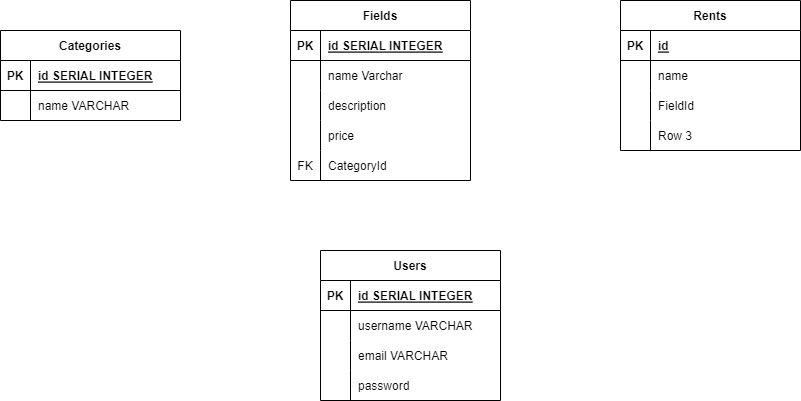
H8-FSJS-P2S5/IP-HCK69 keeps this draw.io diagram as server/erd.drawio.png. Above is the earlier version. Source tidied: cells renumbered, new cells last; positions are measured from the earlier drawing's top-left corner, leaving out a move shared by most shapes.
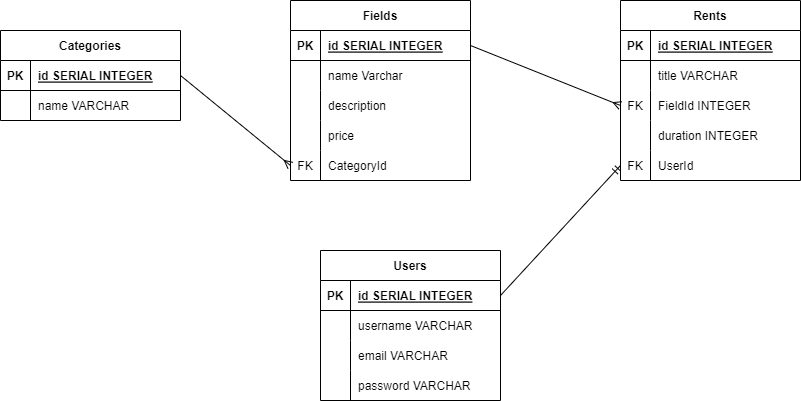
Later version of the same file.

Change to the diagram source:
```diff
@@ -72,7 +72,7 @@
       <mxGeometry x="30" width="150" height="30" as="geometry" />
     </mxCell>
     <mxCell id="25" value="Rents" style="shape=table;startSize=30;rowLines=0;fontStyle=1;align=center;" parent="1" vertex="1">
-      <mxGeometry x="620" width="180" height="150" as="geometry" />
+      <mxGeometry x="620" width="180" height="180" as="geometry" />
     </mxCell>
     <mxCell id="26" style="shape=tableRow;horizontal=0;startSize=0;swimlaneHead=0;swimlaneBody=0;fillColor=none;top=0;left=0;right=0;bottom=1;" parent="25" vertex="1">
       <mxGeometry y="30" width="180" height="30" as="geometry" />
@@ -80,7 +80,7 @@
     <mxCell id="27" value="PK" style="shape=partialRectangle;fillColor=none;top=0;left=0;bottom=0;right=0;fontStyle=1;overflow=hidden;" parent="26" vertex="1">
       <mxGeometry width="30" height="30" as="geometry" />
     </mxCell>
-    <mxCell id="28" value="id" style="shape=partialRectangle;fillColor=none;top=0;left=0;bottom=0;right=0;align=left;spacingLeft=6;fontStyle=5;overflow=hidden;" parent="26" vertex="1">
+    <mxCell id="28" value="id SERIAL INTEGER" style="shape=partialRectangle;fillColor=none;top=0;left=0;bottom=0;right=0;align=left;spacingLeft=6;fontStyle=5;overflow=hidden;" parent="26" vertex="1">
       <mxGeometry x="30" width="150" height="30" as="geometry" />
     </mxCell>
     <mxCell id="29" style="shape=tableRow;horizontal=0;startSize=0;swimlaneHead=0;swimlaneBody=0;fillColor=none;top=0;left=0;right=0;bottom=0;" parent="25" vertex="1">
@@ -89,16 +89,16 @@
     <mxCell id="30" style="shape=partialRectangle;fillColor=none;top=0;left=0;bottom=0;right=0;overflow=hidden;" parent="29" vertex="1">
       <mxGeometry width="30" height="30" as="geometry" />
     </mxCell>
-    <mxCell id="31" value="name" style="shape=partialRectangle;fillColor=none;top=0;left=0;bottom=0;right=0;align=left;spacingLeft=6;overflow=hidden;" parent="29" vertex="1">
+    <mxCell id="31" value="title VARCHAR" style="shape=partialRectangle;fillColor=none;top=0;left=0;bottom=0;right=0;align=left;spacingLeft=6;overflow=hidden;" parent="29" vertex="1">
       <mxGeometry x="30" width="150" height="30" as="geometry" />
     </mxCell>
     <mxCell id="32" style="shape=tableRow;horizontal=0;startSize=0;swimlaneHead=0;swimlaneBody=0;fillColor=none;points=[[0,0.5],[1,0.5]];portConstraint=eastwest;top=0;left=0;right=0;bottom=0;" parent="25" vertex="1">
       <mxGeometry y="90" width="180" height="30" as="geometry" />
     </mxCell>
-    <mxCell id="33" style="shape=partialRectangle;fillColor=none;top=0;left=0;bottom=0;right=0;overflow=hidden;" parent="32" vertex="1">
+    <mxCell id="33" value="FK" style="shape=partialRectangle;fillColor=none;top=0;left=0;bottom=0;right=0;overflow=hidden;" parent="32" vertex="1">
       <mxGeometry width="30" height="30" as="geometry" />
     </mxCell>
-    <mxCell id="34" value="FieldId" style="shape=partialRectangle;fillColor=none;top=0;left=0;bottom=0;right=0;align=left;spacingLeft=6;overflow=hidden;" parent="32" vertex="1">
+    <mxCell id="34" value="FieldId INTEGER" style="shape=partialRectangle;fillColor=none;top=0;left=0;bottom=0;right=0;align=left;spacingLeft=6;overflow=hidden;" parent="32" vertex="1">
       <mxGeometry x="30" width="150" height="30" as="geometry" />
     </mxCell>
     <mxCell id="35" style="shape=tableRow;horizontal=0;startSize=0;swimlaneHead=0;swimlaneBody=0;fillColor=none;top=0;left=0;right=0;bottom=0;" parent="25" vertex="1">
@@ -107,9 +107,18 @@
     <mxCell id="36" style="shape=partialRectangle;fillColor=none;top=0;left=0;bottom=0;right=0;overflow=hidden;" parent="35" vertex="1">
       <mxGeometry width="30" height="30" as="geometry" />
     </mxCell>
-    <mxCell id="37" value="Row 3" style="shape=partialRectangle;fillColor=none;top=0;left=0;bottom=0;right=0;align=left;spacingLeft=6;overflow=hidden;" parent="35" vertex="1">
+    <mxCell id="37" value="duration INTEGER" style="shape=partialRectangle;fillColor=none;top=0;left=0;bottom=0;right=0;align=left;spacingLeft=6;overflow=hidden;" parent="35" vertex="1">
       <mxGeometry x="30" width="150" height="30" as="geometry" />
     </mxCell>
+    <mxCell id="51" style="shape=tableRow;horizontal=0;startSize=0;swimlaneHead=0;swimlaneBody=0;fillColor=none;points=[[0,0.5],[1,0.5]];portConstraint=eastwest;top=0;left=0;right=0;bottom=0;" parent="25" vertex="1">
+      <mxGeometry y="150" width="180" height="30" as="geometry" />
+    </mxCell>
+    <mxCell id="52" value="FK" style="shape=partialRectangle;fillColor=none;top=0;left=0;bottom=0;right=0;overflow=hidden;" parent="51" vertex="1">
+      <mxGeometry width="30" height="30" as="geometry" />
+    </mxCell>
+    <mxCell id="53" value="UserId" style="shape=partialRectangle;fillColor=none;top=0;left=0;bottom=0;right=0;align=left;spacingLeft=6;overflow=hidden;" parent="51" vertex="1">
+      <mxGeometry x="30" width="150" height="30" as="geometry" />
+    </mxCell>
     <mxCell id="38" value="Users" style="shape=table;startSize=30;rowLines=0;fontStyle=1;align=center;" parent="1" vertex="1">
       <mxGeometry x="320" y="250" width="180" height="150" as="geometry" />
     </mxCell>
@@ -146,8 +155,17 @@
     <mxCell id="49" style="shape=partialRectangle;fillColor=none;top=0;left=0;bottom=0;right=0;overflow=hidden;" parent="48" vertex="1">
       <mxGeometry width="30" height="30" as="geometry" />
     </mxCell>
-    <mxCell id="50" value="password" style="shape=partialRectangle;fillColor=none;top=0;left=0;bottom=0;right=0;align=left;spacingLeft=6;overflow=hidden;" parent="48" vertex="1">
+    <mxCell id="50" value="password VARCHAR" style="shape=partialRectangle;fillColor=none;top=0;left=0;bottom=0;right=0;align=left;spacingLeft=6;overflow=hidden;" parent="48" vertex="1">
       <mxGeometry x="30" width="150" height="30" as="geometry" />
     </mxCell>
+    <mxCell id="54" style="edgeStyle=none;html=1;exitX=1;exitY=0.5;exitDx=0;exitDy=0;entryX=0;entryY=0.5;entryDx=0;entryDy=0;endArrow=ERmany;endFill=0;" parent="1" edge="1" source="3" target="22">
+      <mxGeometry relative="1" as="geometry" />
+    </mxCell>
+    <mxCell id="55" style="edgeStyle=none;html=1;exitX=1;exitY=0.5;exitDx=0;exitDy=0;entryX=0;entryY=0.5;entryDx=0;entryDy=0;endArrow=ERmany;endFill=0;" parent="1" edge="1" source="10" target="32">
+      <mxGeometry relative="1" as="geometry" />
+    </mxCell>
+    <mxCell id="56" style="edgeStyle=none;html=1;exitX=1;exitY=0.5;exitDx=0;exitDy=0;entryX=0;entryY=0.5;entryDx=0;entryDy=0;endArrow=ERmandOne;endFill=0;" parent="1" edge="1" source="39" target="51">
+      <mxGeometry relative="1" as="geometry" />
+    </mxCell>
   </root>
 </mxGraphModel>
```
